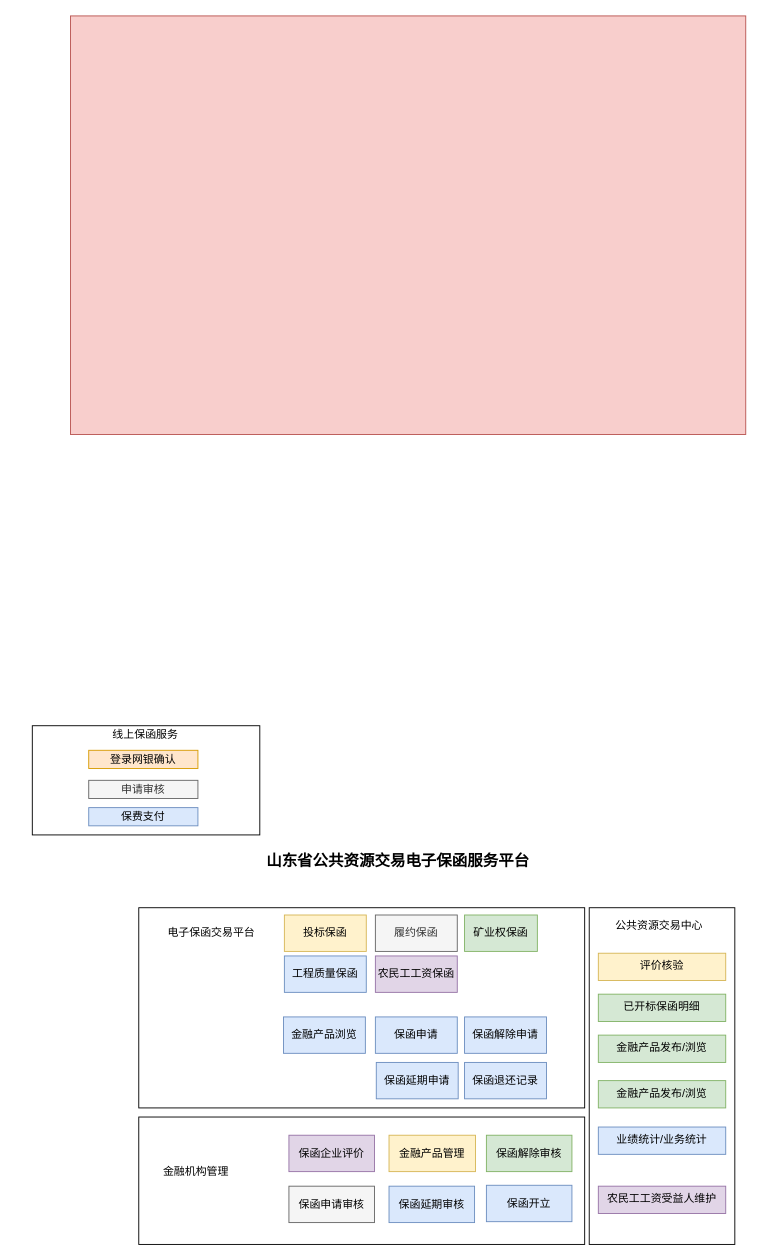
hyk95/git keeps this draw.io diagram as Untitled Diagram.drawio. Above is the earlier version. Source tidied: cells renumbered, new cells numbered last; positions are measured from the earlier drawing's top-left corner, leaving out a move shared by most shapes. Both pictures are drawn from the tidied source at 91%, with x=0, y=0 at pixel (32, 15).
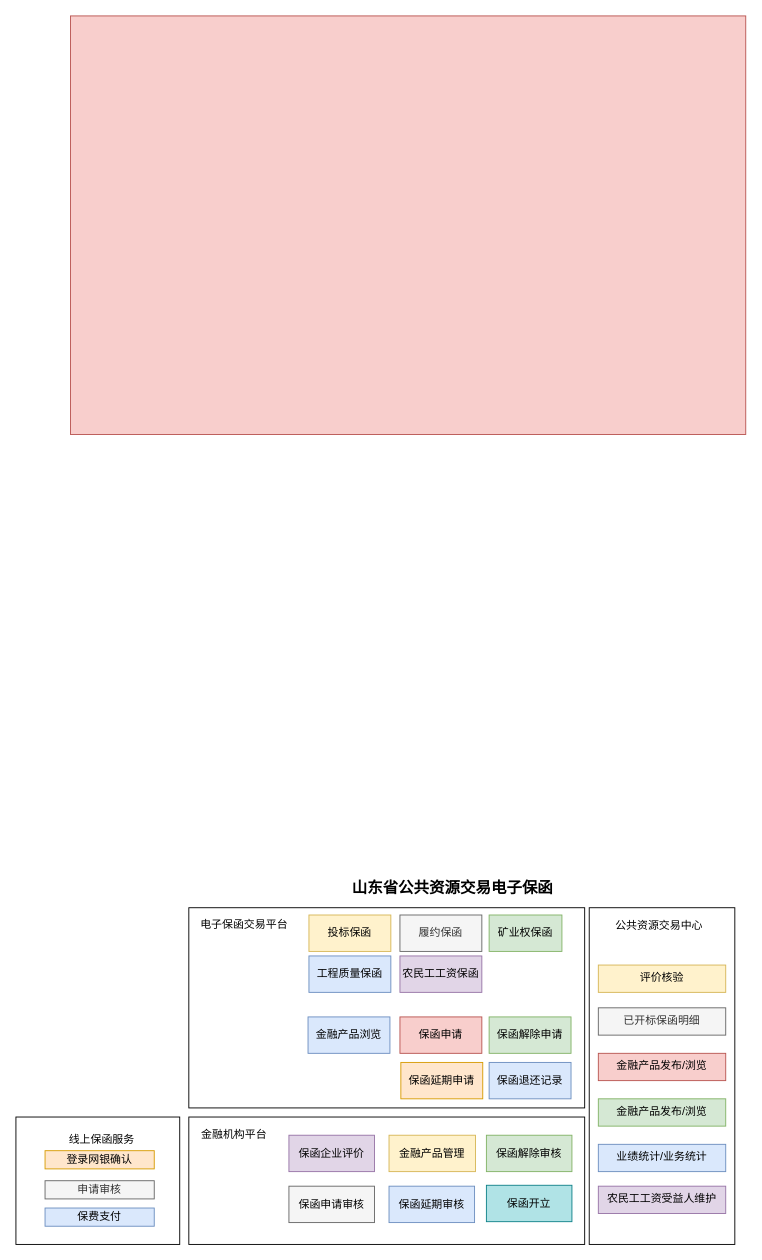
The same diagram, later.

Change to the diagram source:
```diff
@@
     <mxCell id="4" style="rounded=0;whiteSpace=wrap;html=1;" parent="1" vertex="1">
-      <mxGeometry x="117" y="980" width="490" height="220" as="geometry" />
+      <mxGeometry x="172" y="980" width="435" height="220" as="geometry" />
     </mxCell>
-    <mxCell id="5" value="&lt;b&gt;&lt;font style=&quot;font-size: 17px&quot;&gt;山东省公共资源交易电子保函服务平台&lt;/font&gt;&lt;/b&gt;" style="text;html=1;strokeColor=none;fillColor=none;align=center;verticalAlign=middle;whiteSpace=wrap;rounded=0;" parent="1" vertex="1">
-      <mxGeometry x="232" y="920" width="340" height="20" as="geometry" />
+    <mxCell id="5" value="&lt;b&gt;&lt;font style=&quot;font-size: 17px&quot;&gt;山东省公共资源交易电子保函&lt;/font&gt;&lt;/b&gt;" style="text;html=1;strokeColor=none;fillColor=none;align=center;verticalAlign=middle;whiteSpace=wrap;rounded=0;" parent="1" vertex="1">
+      <mxGeometry x="292" y="949" width="340" height="20" as="geometry" />
     </mxCell>
     <mxCell id="6" value="电子保函交易平台" style="text;html=1;strokeColor=none;fillColor=none;align=center;verticalAlign=middle;whiteSpace=wrap;rounded=0;" parent="1" vertex="1">
-      <mxGeometry x="147" y="998" width="100" height="20" as="geometry" />
+      <mxGeometry x="183" y="989" width="100" height="20" as="geometry" />
     </mxCell>
     <mxCell id="7" value="矿业权保函" style="text;html=1;strokeColor=#82b366;fillColor=#d5e8d4;align=center;verticalAlign=middle;whiteSpace=wrap;rounded=0;" parent="1" vertex="1">
-      <mxGeometry x="475" y="988" width="80" height="40" as="geometry" />
+      <mxGeometry x="502" y="988" width="80" height="40" as="geometry" />
     </mxCell>
     <mxCell id="8" value="履约保函" style="text;html=1;strokeColor=#666666;fillColor=#f5f5f5;align=center;verticalAlign=middle;whiteSpace=wrap;rounded=0;fontColor=#333333;" parent="1" vertex="1">
-      <mxGeometry x="377" y="988" width="90" height="40" as="geometry" />
+      <mxGeometry x="404" y="988" width="90" height="40" as="geometry" />
     </mxCell>
     <mxCell id="9" value="投标保函" style="text;html=1;strokeColor=#d6b656;fillColor=#fff2cc;align=center;verticalAlign=middle;whiteSpace=wrap;rounded=0;" parent="1" vertex="1">
-      <mxGeometry x="277" y="988" width="90" height="40" as="geometry" />
+      <mxGeometry x="304" y="988" width="90" height="40" as="geometry" />
     </mxCell>
     <mxCell id="10" value="工程质量保函" style="text;html=1;strokeColor=#6c8ebf;fillColor=#dae8fc;align=center;verticalAlign=middle;whiteSpace=wrap;rounded=0;" parent="1" vertex="1">
-      <mxGeometry x="277" y="1033" width="90" height="40" as="geometry" />
+      <mxGeometry x="304" y="1033" width="90" height="40" as="geometry" />
     </mxCell>
     <mxCell id="11" value="农民工工资保函" style="text;html=1;strokeColor=#9673a6;fillColor=#e1d5e7;align=center;verticalAlign=middle;whiteSpace=wrap;rounded=0;" parent="1" vertex="1">
-      <mxGeometry x="377" y="1033" width="90" height="40" as="geometry" />
+      <mxGeometry x="404" y="1033" width="90" height="40" as="geometry" />
     </mxCell>
     <mxCell id="12" style="rounded=0;whiteSpace=wrap;html=1;" parent="1" vertex="1">
-      <mxGeometry x="117" y="1210" width="490" height="140" as="geometry" />
+      <mxGeometry x="172" y="1210" width="435" height="140" as="geometry" />
     </mxCell>
-    <mxCell id="13" value="金融机构管理" style="text;html=1;strokeColor=none;fillColor=none;align=center;verticalAlign=middle;whiteSpace=wrap;rounded=0;" parent="1" vertex="1">
-      <mxGeometry x="129.5" y="1260" width="100" height="20" as="geometry" />
+    <mxCell id="13" value="金融机构平台" style="text;html=1;strokeColor=none;fillColor=none;align=center;verticalAlign=middle;whiteSpace=wrap;rounded=0;" parent="1" vertex="1">
+      <mxGeometry x="172" y="1220" width="100" height="20" as="geometry" />
     </mxCell>
@@
     <mxCell id="19" style="rounded=0;whiteSpace=wrap;html=1;" parent="1" vertex="1">
-      <mxGeometry y="780" width="250" height="120" as="geometry" />
+      <mxGeometry x="-18" y="1210" width="180" height="140" as="geometry" />
     </mxCell>
     <mxCell id="20" value="线上保函服务" style="text;html=1;strokeColor=none;fillColor=none;align=center;verticalAlign=middle;whiteSpace=wrap;rounded=0;" parent="1" vertex="1">
-      <mxGeometry x="82" y="780" width="85" height="20" as="geometry" />
+      <mxGeometry x="34" y="1225" width="85" height="20" as="geometry" />
     </mxCell>
     <mxCell id="21" value="登录网银确认" style="rounded=0;whiteSpace=wrap;html=1;fillColor=#ffe6cc;strokeColor=#d79b00;" parent="1" vertex="1">
-      <mxGeometry x="62" y="807" width="120" height="20" as="geometry" />
+      <mxGeometry x="14" y="1247" width="120" height="20" as="geometry" />
     </mxCell>
     <mxCell id="22" value="申请审核" style="rounded=0;whiteSpace=wrap;html=1;fillColor=#f5f5f5;strokeColor=#666666;fontColor=#333333;" parent="1" vertex="1">
-      <mxGeometry x="62" y="840" width="120" height="20" as="geometry" />
+      <mxGeometry x="14" y="1280" width="120" height="20" as="geometry" />
     </mxCell>
     <mxCell id="23" value="保费支付" style="rounded=0;whiteSpace=wrap;html=1;fillColor=#dae8fc;strokeColor=#6c8ebf;" parent="1" vertex="1">
-      <mxGeometry x="62" y="870" width="120" height="20" as="geometry" />
+      <mxGeometry x="14" y="1310" width="120" height="20" as="geometry" />
     </mxCell>
@@
-    <mxCell id="25" value="金融产品发布/浏览" style="text;whiteSpace=wrap;html=1;align=center;fillColor=#d5e8d4;strokeColor=#82b366;" parent="1" vertex="1">
-      <mxGeometry x="622" y="1120" width="140" height="30" as="geometry" />
+    <mxCell id="25" value="金融产品发布/浏览" style="text;whiteSpace=wrap;html=1;align=center;fillColor=#f8cecc;strokeColor=#b85450;" parent="1" vertex="1">
+      <mxGeometry x="622" y="1140" width="140" height="30" as="geometry" />
     </mxCell>
     <mxCell id="26" value="评价核验" style="text;whiteSpace=wrap;html=1;align=center;fillColor=#fff2cc;strokeColor=#d6b656;" parent="1" vertex="1">
-      <mxGeometry x="622" y="1030" width="140" height="30" as="geometry" />
+      <mxGeometry x="622" y="1043" width="140" height="30" as="geometry" />
     </mxCell>
     <mxCell id="27" value="业绩统计/业务统计" style="text;whiteSpace=wrap;html=1;align=center;fillColor=#dae8fc;strokeColor=#6c8ebf;" parent="1" vertex="1">
-      <mxGeometry x="622" y="1221" width="140" height="30" as="geometry" />
+      <mxGeometry x="622" y="1240" width="140" height="30" as="geometry" />
     </mxCell>
@@
     <mxCell id="29" value="金融产品浏览" style="text;html=1;strokeColor=#6c8ebf;fillColor=#dae8fc;align=center;verticalAlign=middle;whiteSpace=wrap;rounded=0;" parent="1" vertex="1">
-      <mxGeometry x="276" y="1100" width="90" height="40" as="geometry" />
+      <mxGeometry x="303" y="1100" width="90" height="40" as="geometry" />
     </mxCell>
-    <mxCell id="30" value="保函申请" style="text;html=1;strokeColor=#6c8ebf;fillColor=#dae8fc;align=center;verticalAlign=middle;whiteSpace=wrap;rounded=0;" parent="1" vertex="1">
-      <mxGeometry x="377" y="1100" width="90" height="40" as="geometry" />
+    <mxCell id="30" value="保函申请" style="text;html=1;align=center;verticalAlign=middle;whiteSpace=wrap;rounded=0;fillColor=#f8cecc;strokeColor=#b85450;" parent="1" vertex="1">
+      <mxGeometry x="404" y="1100" width="90" height="40" as="geometry" />
     </mxCell>
-    <mxCell id="31" value="保函解除申请" style="text;html=1;strokeColor=#6c8ebf;fillColor=#dae8fc;align=center;verticalAlign=middle;whiteSpace=wrap;rounded=0;" parent="1" vertex="1">
-      <mxGeometry x="475" y="1100" width="90" height="40" as="geometry" />
+    <mxCell id="31" value="保函解除申请" style="text;html=1;strokeColor=#82b366;fillColor=#d5e8d4;align=center;verticalAlign=middle;whiteSpace=wrap;rounded=0;" parent="1" vertex="1">
+      <mxGeometry x="502" y="1100" width="90" height="40" as="geometry" />
     </mxCell>
-    <mxCell id="32" value="保函延期申请" style="text;html=1;strokeColor=#6c8ebf;fillColor=#dae8fc;align=center;verticalAlign=middle;whiteSpace=wrap;rounded=0;" parent="1" vertex="1">
-      <mxGeometry x="378" y="1150" width="90" height="40" as="geometry" />
+    <mxCell id="32" value="保函延期申请" style="text;html=1;strokeColor=#d79b00;fillColor=#ffe6cc;align=center;verticalAlign=middle;whiteSpace=wrap;rounded=0;" parent="1" vertex="1">
+      <mxGeometry x="405" y="1150" width="90" height="40" as="geometry" />
     </mxCell>
     <mxCell id="33" value="保函退还记录" style="text;html=1;strokeColor=#6c8ebf;fillColor=#dae8fc;align=center;verticalAlign=middle;whiteSpace=wrap;rounded=0;" parent="1" vertex="1">
-      <mxGeometry x="475" y="1150" width="90" height="40" as="geometry" />
+      <mxGeometry x="502" y="1150" width="90" height="40" as="geometry" />
     </mxCell>
-    <mxCell id="34" value="已开标保函明细" style="text;whiteSpace=wrap;html=1;align=center;fillColor=#d5e8d4;strokeColor=#82b366;" parent="1" vertex="1">
-      <mxGeometry x="622" y="1075" width="140" height="30" as="geometry" />
+    <mxCell id="34" value="已开标保函明细" style="text;whiteSpace=wrap;html=1;align=center;fillColor=#f5f5f5;strokeColor=#666666;fontColor=#333333;" parent="1" vertex="1">
+      <mxGeometry x="622" y="1090" width="140" height="30" as="geometry" />
     </mxCell>
     <mxCell id="35" value="金融产品发布/浏览" style="text;whiteSpace=wrap;html=1;align=center;fillColor=#d5e8d4;strokeColor=#82b366;" parent="1" vertex="1">
-      <mxGeometry x="622" y="1170" width="140" height="30" as="geometry" />
+      <mxGeometry x="622" y="1190" width="140" height="30" as="geometry" />
     </mxCell>
-    <mxCell id="36" value="保函开立" style="text;html=1;strokeColor=#6c8ebf;fillColor=#dae8fc;align=center;verticalAlign=middle;whiteSpace=wrap;rounded=0;" parent="1" vertex="1">
+    <mxCell id="36" value="保函开立" style="text;html=1;strokeColor=#0e8088;fillColor=#b0e3e6;align=center;verticalAlign=middle;whiteSpace=wrap;rounded=0;" parent="1" vertex="1">
       <mxGeometry x="499" y="1285" width="94" height="40" as="geometry" />
     </mxCell>
+    <mxCell id="37" style="edgeStyle=elbowEdgeStyle;rounded=0;orthogonalLoop=1;jettySize=auto;elbow=vertical;html=1;exitX=0.5;exitY=0;exitDx=0;exitDy=0;endArrow=classic;endFill=1;" parent="1" edge="1" source="5" target="5">
+      <mxGeometry relative="1" as="geometry" />
+    </mxCell>
```
